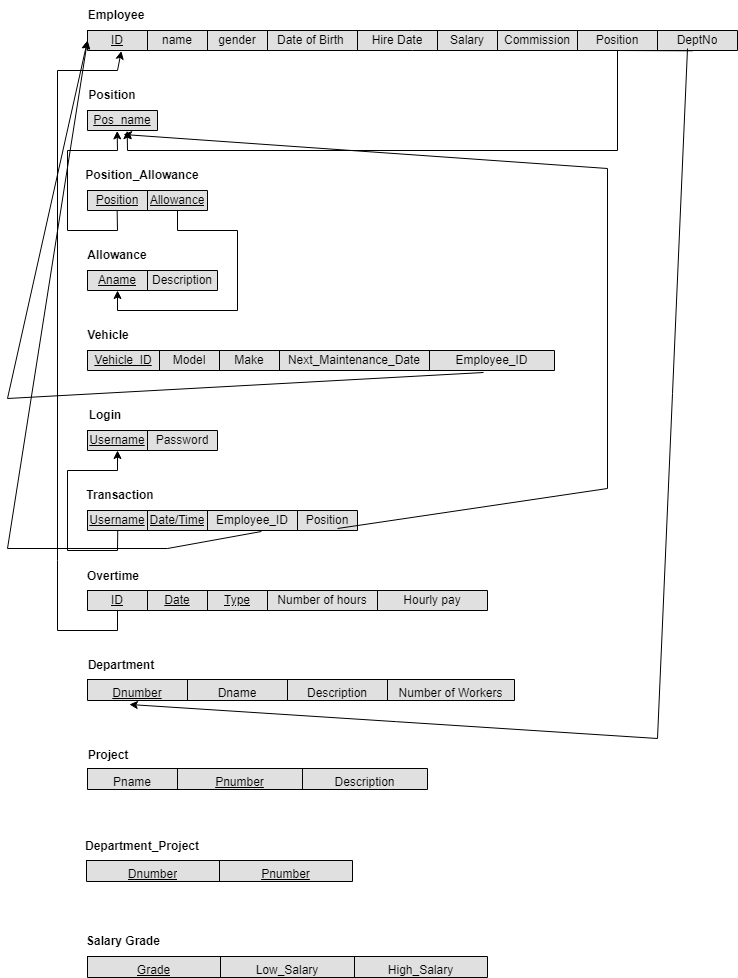
This is Phase 1/Relational Schema.drawio.png from AhmedElkhashn/DB-project, a draw.io export, as it was before one commit. Source tidied: cells renumbered, new cells last; positions are measured from the earlier drawing's top-left corner, leaving out a move shared by most shapes.
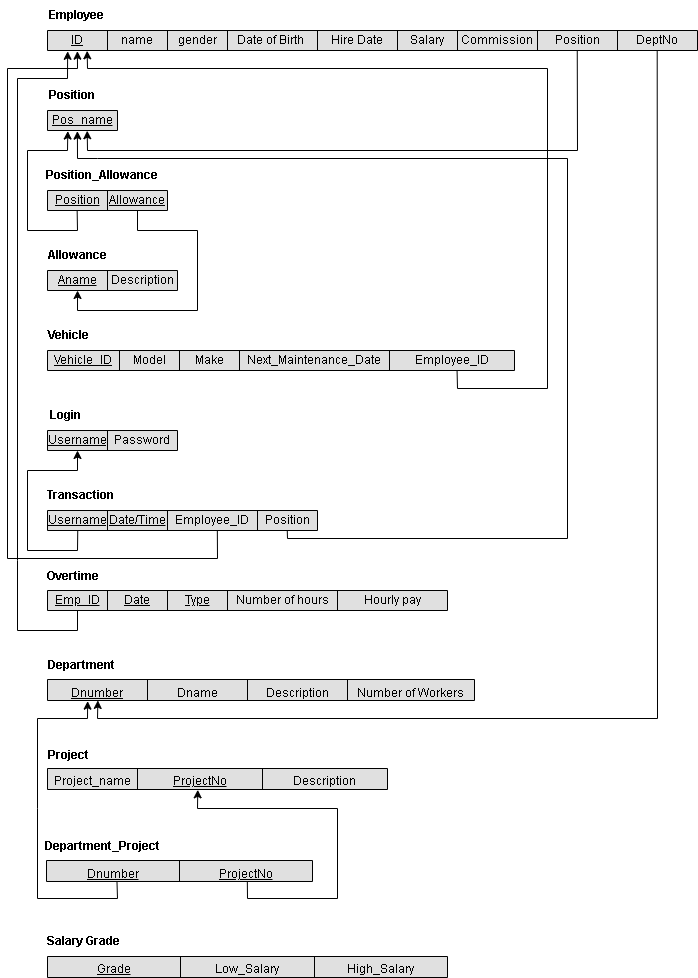
Above is the later version.

The edit, as a diff of the source:
```diff
@@ -145,7 +145,7 @@
     <mxCell id="46" style="shape=tableRow;horizontal=0;startSize=0;swimlaneHead=0;swimlaneBody=0;strokeColor=inherit;top=0;left=0;bottom=0;right=0;fillColor=none;points=[[0,0.5],[1,0.5]];portConstraint=eastwest;fontSize=16;" parent="45" vertex="1">
       <mxGeometry width="400" height="20" as="geometry" />
     </mxCell>
-    <mxCell id="47" value="&lt;u&gt;ID&lt;/u&gt;" style="shape=partialRectangle;html=1;whiteSpace=wrap;strokeColor=inherit;overflow=hidden;fillColor=none;top=0;left=0;bottom=0;right=0;fontSize=12;" parent="46" vertex="1">
+    <mxCell id="47" value="&lt;u&gt;Emp_ID&lt;/u&gt;" style="shape=partialRectangle;html=1;whiteSpace=wrap;strokeColor=inherit;overflow=hidden;fillColor=none;top=0;left=0;bottom=0;right=0;fontSize=12;" parent="46" vertex="1">
       <mxGeometry width="60" height="20" as="geometry" />
     </mxCell>
     <mxCell id="48" value="&lt;u&gt;Date&lt;/u&gt;" style="shape=partialRectangle;html=1;whiteSpace=wrap;strokeColor=inherit;overflow=hidden;fillColor=none;top=0;left=0;bottom=0;right=0;fontSize=12;" parent="46" vertex="1">
@@ -163,14 +163,14 @@
     <mxCell id="52" value="Overtime" style="text;html=1;strokeColor=none;fillColor=none;align=center;verticalAlign=middle;whiteSpace=wrap;rounded=0;fontStyle=1;" parent="1" vertex="1">
       <mxGeometry x="76" y="561" width="60" height="30" as="geometry" />
     </mxCell>
-    <mxCell id="53" style="endArrow=classic;html=1;rounded=0;exitX=0.075;exitY=1.011;exitDx=0;exitDy=0;exitPerimeter=0;entryX=0.052;entryY=1.026;entryDx=0;entryDy=0;entryPerimeter=0;" parent="1" edge="1" source="46" target="3">
+    <mxCell id="53" style="endArrow=classic;html=1;rounded=0;exitX=0.075;exitY=1.011;exitDx=0;exitDy=0;exitPerimeter=0;entryX=0.031;entryY=1.041;entryDx=0;entryDy=0;entryPerimeter=0;" parent="1" edge="1" source="46" target="3">
       <mxGeometry relative="1" as="geometry">
         <Array as="points">
           <mxPoint x="110" y="630" />
           <mxPoint x="50" y="630" />
           <mxPoint x="50" y="560" />
-          <mxPoint x="50" y="70" />
-          <mxPoint x="110" y="70" />
+          <mxPoint x="50" y="78" />
+          <mxPoint x="100" y="78" />
         </Array>
       </mxGeometry>
     </mxCell>
@@ -186,17 +186,17 @@
     <mxCell id="57" value="Position" style="text;html=1;strokeColor=none;fillColor=none;align=center;verticalAlign=middle;whiteSpace=wrap;rounded=0;fontStyle=1;" parent="1" vertex="1">
       <mxGeometry x="80" y="80" width="50" height="30" as="geometry" />
     </mxCell>
-    <mxCell id="58" style="endArrow=classic;html=1;rounded=0;entryX=0.424;entryY=1.02;entryDx=0;entryDy=0;entryPerimeter=0;exitX=0.247;exitY=0.995;exitDx=0;exitDy=0;exitPerimeter=0;" parent="1" edge="1" source="15" target="55">
+    <mxCell id="58" style="endArrow=classic;html=1;rounded=0;entryX=0.29;entryY=1.028;entryDx=0;entryDy=0;entryPerimeter=0;exitX=0.247;exitY=0.995;exitDx=0;exitDy=0;exitPerimeter=0;" parent="1" edge="1" source="15" target="55">
       <mxGeometry relative="1" as="geometry">
         <Array as="points">
           <mxPoint x="110" y="230" />
           <mxPoint x="60" y="230" />
           <mxPoint x="60" y="150" />
-          <mxPoint x="110" y="150" />
+          <mxPoint x="100" y="150" />
         </Array>
       </mxGeometry>
     </mxCell>
-    <mxCell id="59" style="endArrow=classic;html=1;rounded=0;entryX=0.567;entryY=1.011;entryDx=0;entryDy=0;entryPerimeter=0;exitX=0.931;exitY=1.015;exitDx=0;exitDy=0;exitPerimeter=0;" parent="1" edge="1" source="3" target="55">
+    <mxCell id="59" style="endArrow=classic;html=1;rounded=0;entryX=0.567;entryY=1.011;entryDx=0;entryDy=0;entryPerimeter=0;exitX=0.815;exitY=1;exitDx=0;exitDy=0;exitPerimeter=0;" parent="1" edge="1" source="3" target="55">
       <mxGeometry relative="1" as="geometry">
         <Array as="points">
           <mxPoint x="610" y="50" />
@@ -239,10 +239,10 @@
     <mxCell id="68" style="shape=tableRow;horizontal=0;startSize=0;swimlaneHead=0;swimlaneBody=0;strokeColor=inherit;top=0;left=0;bottom=0;right=0;fillColor=none;points=[[0,0.5],[1,0.5]];portConstraint=eastwest;fontSize=16;" parent="67" vertex="1">
       <mxGeometry width="340" height="21" as="geometry" />
     </mxCell>
-    <mxCell id="69" value="&lt;font style=&quot;font-size: 12px;&quot;&gt;Pname&lt;/font&gt;" style="shape=partialRectangle;html=1;whiteSpace=wrap;strokeColor=inherit;overflow=hidden;fillColor=none;top=0;left=0;bottom=0;right=0;fontSize=16;" parent="68" vertex="1">
+    <mxCell id="69" value="&lt;span style=&quot;font-size: 12px;&quot;&gt;Project_name&lt;/span&gt;" style="shape=partialRectangle;html=1;whiteSpace=wrap;strokeColor=inherit;overflow=hidden;fillColor=none;top=0;left=0;bottom=0;right=0;fontSize=16;" parent="68" vertex="1">
       <mxGeometry width="90" height="21" as="geometry" />
     </mxCell>
-    <mxCell id="70" value="&lt;font style=&quot;font-size: 12px;&quot;&gt;&lt;u&gt;Pnumber&lt;/u&gt;&lt;/font&gt;" style="shape=partialRectangle;html=1;whiteSpace=wrap;strokeColor=inherit;overflow=hidden;fillColor=none;top=0;left=0;bottom=0;right=0;fontSize=16;" parent="68" vertex="1">
+    <mxCell id="70" value="&lt;span style=&quot;font-size: 12px;&quot;&gt;&lt;u&gt;ProjectNo&lt;/u&gt;&lt;/span&gt;" style="shape=partialRectangle;html=1;whiteSpace=wrap;strokeColor=inherit;overflow=hidden;fillColor=none;top=0;left=0;bottom=0;right=0;fontSize=16;" parent="68" vertex="1">
       <mxGeometry x="90" width="125" height="21" as="geometry" />
     </mxCell>
     <mxCell id="71" value="&lt;font style=&quot;font-size: 12px;&quot;&gt;Description&lt;/font&gt;" style="shape=partialRectangle;html=1;whiteSpace=wrap;strokeColor=inherit;overflow=hidden;fillColor=none;top=0;left=0;bottom=0;right=0;fontSize=16;" parent="68" vertex="1">
@@ -281,43 +281,71 @@
     <mxCell id="82" value="&lt;font style=&quot;font-size: 12px;&quot;&gt;&lt;u&gt;Dnumber&lt;/u&gt;&lt;/font&gt;" style="shape=partialRectangle;html=1;whiteSpace=wrap;strokeColor=inherit;overflow=hidden;fillColor=none;top=0;left=0;bottom=0;right=0;fontSize=16;" parent="81" vertex="1">
       <mxGeometry width="133" height="21" as="geometry" />
     </mxCell>
-    <mxCell id="83" value="&lt;u&gt;&lt;font style=&quot;font-size: 12px;&quot;&gt;Pnumber&lt;/font&gt;&lt;/u&gt;" style="shape=partialRectangle;html=1;whiteSpace=wrap;strokeColor=inherit;overflow=hidden;fillColor=none;top=0;left=0;bottom=0;right=0;fontSize=16;" parent="81" vertex="1">
+    <mxCell id="83" value="&lt;span style=&quot;font-size: 12px;&quot;&gt;&lt;u&gt;ProjectNo&lt;/u&gt;&lt;/span&gt;" style="shape=partialRectangle;html=1;whiteSpace=wrap;strokeColor=inherit;overflow=hidden;fillColor=none;top=0;left=0;bottom=0;right=0;fontSize=16;" parent="81" vertex="1">
       <mxGeometry x="133" width="133" height="21" as="geometry" />
     </mxCell>
     <mxCell id="84" value="&lt;b&gt;Department_Project&lt;/b&gt;" style="text;html=1;strokeColor=none;fillColor=none;align=center;verticalAlign=middle;whiteSpace=wrap;rounded=0;" parent="1" vertex="1">
       <mxGeometry x="105" y="831" width="60" height="30" as="geometry" />
     </mxCell>
-    <mxCell id="85" style="endArrow=classic;html=1;rounded=0;entryX=0.098;entryY=1.19;entryDx=0;entryDy=0;entryPerimeter=0;" parent="1" edge="1" target="62">
+    <mxCell id="85" style="endArrow=classic;html=1;rounded=0;entryX=0.118;entryY=0.997;entryDx=0;entryDy=0;entryPerimeter=0;exitX=0.938;exitY=1.041;exitDx=0;exitDy=0;exitPerimeter=0;" parent="1" edge="1" source="3" target="62">
       <mxGeometry relative="1" as="geometry">
-        <mxPoint x="680" y="48" as="sourcePoint" />
         <Array as="points">
-          <mxPoint x="650" y="738" />
+          <mxPoint x="690" y="718" />
+          <mxPoint x="130" y="718" />
         </Array>
       </mxGeometry>
     </mxCell>
-    <mxCell id="86" style="endArrow=classic;html=1;rounded=0;entryX=0.514;entryY=1.2;entryDx=0;entryDy=0;entryPerimeter=0;" parent="1" edge="1" target="55">
+    <mxCell id="86" style="endArrow=classic;html=1;rounded=0;entryX=0.427;entryY=1.033;entryDx=0;entryDy=0;entryPerimeter=0;exitX=0.888;exitY=1.013;exitDx=0;exitDy=0;exitPerimeter=0;" parent="1" edge="1" source="38" target="55">
       <mxGeometry relative="1" as="geometry">
-        <mxPoint x="330" y="528" as="sourcePoint" />
         <Array as="points">
-          <mxPoint x="600" y="488" />
-          <mxPoint x="600" y="168" />
+          <mxPoint x="320" y="538" />
+          <mxPoint x="600" y="538" />
+          <mxPoint x="600" y="158" />
+          <mxPoint x="130" y="158" />
+          <mxPoint x="110" y="158" />
         </Array>
       </mxGeometry>
     </mxCell>
-    <mxCell id="87" style="endArrow=classic;html=1;rounded=0;entryX=0;entryY=0.5;entryDx=0;entryDy=0;exitX=0.644;exitY=1.05;exitDx=0;exitDy=0;exitPerimeter=0;" parent="1" edge="1" source="38" target="3">
+    <mxCell id="87" style="endArrow=classic;html=1;rounded=0;entryX=0.046;entryY=1.034;entryDx=0;entryDy=0;exitX=0.629;exitY=1.011;exitDx=0;exitDy=0;exitPerimeter=0;entryPerimeter=0;" parent="1" edge="1" source="38" target="3">
       <mxGeometry relative="1" as="geometry">
         <Array as="points">
-          <mxPoint x="160" y="548" />
-          <mxPoint y="548" />
+          <mxPoint x="250" y="558" />
+          <mxPoint x="40" y="558" />
+          <mxPoint x="40" y="68" />
+          <mxPoint x="110" y="68" />
         </Array>
       </mxGeometry>
     </mxCell>
-    <mxCell id="88" style="endArrow=classic;html=1;rounded=0;exitX=0.848;exitY=1.1;exitDx=0;exitDy=0;exitPerimeter=0;entryX=0;entryY=0.5;entryDx=0;entryDy=0;" parent="1" edge="1" source="25" target="3">
+    <mxCell id="88" style="endArrow=classic;html=1;rounded=0;exitX=0.877;exitY=1.006;exitDx=0;exitDy=0;exitPerimeter=0;entryX=0.061;entryY=1.015;entryDx=0;entryDy=0;entryPerimeter=0;" parent="1" edge="1" source="25" target="3">
       <mxGeometry relative="1" as="geometry">
         <Array as="points">
-          <mxPoint y="398" />
+          <mxPoint x="490" y="388" />
+          <mxPoint x="580" y="388" />
+          <mxPoint x="580" y="68" />
+          <mxPoint x="120" y="68" />
         </Array>
       </mxGeometry>
     </mxCell>
+    <mxCell id="89" style="endArrow=classic;html=1;rounded=0;entryX=0.442;entryY=1.016;entryDx=0;entryDy=0;entryPerimeter=0;exitX=0.755;exitY=1.02;exitDx=0;exitDy=0;exitPerimeter=0;" parent="1" edge="1" source="81" target="68">
+      <mxGeometry relative="1" as="geometry">
+        <Array as="points">
+          <mxPoint x="280" y="898" />
+          <mxPoint x="370" y="898" />
+          <mxPoint x="370" y="808" />
+          <mxPoint x="230" y="808" />
+        </Array>
+      </mxGeometry>
+    </mxCell>
+    <mxCell id="90" style="endArrow=classic;html=1;rounded=0;exitX=0.265;exitY=1.026;exitDx=0;exitDy=0;exitPerimeter=0;entryX=0.094;entryY=1.032;entryDx=0;entryDy=0;entryPerimeter=0;" parent="1" edge="1" source="81" target="62">
+      <mxGeometry relative="1" as="geometry">
+        <Array as="points">
+          <mxPoint x="150" y="898" />
+          <mxPoint x="70" y="898" />
+          <mxPoint x="70" y="808" />
+          <mxPoint x="70" y="718" />
+          <mxPoint x="120" y="718" />
+        </Array>
+      </mxGeometry>
+    </mxCell>
   </root>
 </mxGraphModel>
```
